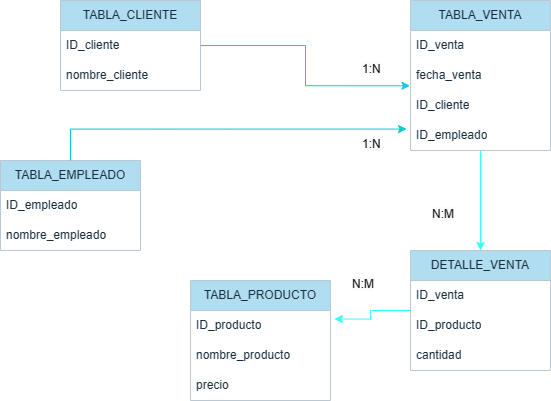
This is hecho/Diagrama sin título.drawio.png from royaleclash/apuntes, a draw.io export, as it was before one commit. Source tidied: cells renumbered, new cells last; positions are measured from the earlier drawing's top-left corner, leaving out a move shared by most shapes.
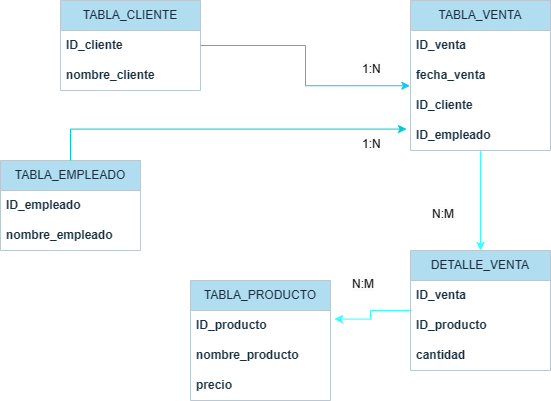
Above is the later version.

Commit message:
Actualizar Diagrama sin título.norma.png

What changed in the source:
```diff
@@ -8,58 +8,58 @@
     <mxCell id="3" value="TABLA_VENTA" style="swimlane;fontStyle=0;horizontal=1;startSize=30;whiteSpace=wrap;html=1;labelBackgroundColor=none;fillColor=#B1DDF0;strokeColor=#BAC8D3;fontColor=#182E3E;" parent="1" vertex="1">
       <mxGeometry x="410" width="140" height="150" as="geometry" />
     </mxCell>
-    <mxCell id="4" value="ID_venta" style="text;strokeColor=none;fillColor=none;align=left;verticalAlign=middle;spacingLeft=4;spacingRight=4;overflow=hidden;whiteSpace=wrap;html=1;labelBackgroundColor=none;fontColor=#182E3E;" parent="3" vertex="1">
+    <mxCell id="4" value="ID_venta" style="text;strokeColor=none;fillColor=none;align=left;verticalAlign=middle;spacingLeft=4;spacingRight=4;overflow=hidden;whiteSpace=wrap;html=1;labelBackgroundColor=none;fontColor=#182E3E;fontStyle=1;" parent="3" vertex="1">
       <mxGeometry y="30" width="140" height="30" as="geometry" />
     </mxCell>
-    <mxCell id="5" value="fecha_venta" style="text;strokeColor=none;fillColor=none;align=left;verticalAlign=middle;spacingLeft=4;spacingRight=4;overflow=hidden;whiteSpace=wrap;html=1;labelBackgroundColor=none;fontColor=#182E3E;" parent="3" vertex="1">
+    <mxCell id="5" value="fecha_venta" style="text;strokeColor=none;fillColor=none;align=left;verticalAlign=middle;spacingLeft=4;spacingRight=4;overflow=hidden;whiteSpace=wrap;html=1;labelBackgroundColor=none;fontColor=#182E3E;fontStyle=1;" parent="3" vertex="1">
       <mxGeometry y="60" width="140" height="30" as="geometry" />
     </mxCell>
-    <mxCell id="6" value="ID_cliente" style="text;strokeColor=none;fillColor=none;align=left;verticalAlign=middle;spacingLeft=4;spacingRight=4;overflow=hidden;points=[[0,0.5],[1,0.5]];portConstraint=eastwest;whiteSpace=wrap;html=1;labelBackgroundColor=none;fontColor=#182E3E;" parent="3" vertex="1">
+    <mxCell id="6" value="ID_cliente" style="text;strokeColor=none;fillColor=none;align=left;verticalAlign=middle;spacingLeft=4;spacingRight=4;overflow=hidden;points=[[0,0.5],[1,0.5]];portConstraint=eastwest;whiteSpace=wrap;html=1;labelBackgroundColor=none;fontColor=#182E3E;fontStyle=1;" parent="3" vertex="1">
       <mxGeometry y="90" width="140" height="30" as="geometry" />
     </mxCell>
-    <mxCell id="7" value="ID_empleado" style="text;strokeColor=none;fillColor=none;align=left;verticalAlign=middle;spacingLeft=4;spacingRight=4;overflow=hidden;points=[[0,0.5],[1,0.5]];portConstraint=eastwest;whiteSpace=wrap;html=1;labelBackgroundColor=none;fontColor=#182E3E;" parent="3" vertex="1">
+    <mxCell id="7" value="ID_empleado" style="text;strokeColor=none;fillColor=none;align=left;verticalAlign=middle;spacingLeft=4;spacingRight=4;overflow=hidden;points=[[0,0.5],[1,0.5]];portConstraint=eastwest;whiteSpace=wrap;html=1;labelBackgroundColor=none;fontColor=#182E3E;fontStyle=1;" parent="3" vertex="1">
       <mxGeometry y="120" width="140" height="30" as="geometry" />
     </mxCell>
     <mxCell id="8" value="DETALLE_VENTA" style="swimlane;fontStyle=0;horizontal=1;startSize=30;whiteSpace=wrap;html=1;labelBackgroundColor=none;fillColor=#B1DDF0;strokeColor=#BAC8D3;fontColor=#182E3E;" parent="1" vertex="1">
       <mxGeometry x="410" y="250" width="140" height="120" as="geometry" />
     </mxCell>
-    <mxCell id="9" value="ID_venta" style="text;strokeColor=none;fillColor=none;align=left;verticalAlign=middle;spacingLeft=4;spacingRight=4;overflow=hidden;whiteSpace=wrap;html=1;labelBackgroundColor=none;fontColor=#182E3E;" parent="8" vertex="1">
+    <mxCell id="9" value="ID_venta" style="text;strokeColor=none;fillColor=none;align=left;verticalAlign=middle;spacingLeft=4;spacingRight=4;overflow=hidden;whiteSpace=wrap;html=1;labelBackgroundColor=none;fontColor=#182E3E;fontStyle=1;" parent="8" vertex="1">
       <mxGeometry y="30" width="140" height="30" as="geometry" />
     </mxCell>
-    <mxCell id="10" value="ID_producto" style="text;strokeColor=none;fillColor=none;align=left;verticalAlign=middle;spacingLeft=4;spacingRight=4;overflow=hidden;whiteSpace=wrap;html=1;labelBackgroundColor=none;fontColor=#182E3E;" parent="8" vertex="1">
+    <mxCell id="10" value="ID_producto" style="text;strokeColor=none;fillColor=none;align=left;verticalAlign=middle;spacingLeft=4;spacingRight=4;overflow=hidden;whiteSpace=wrap;html=1;labelBackgroundColor=none;fontColor=#182E3E;fontStyle=1;" parent="8" vertex="1">
       <mxGeometry y="60" width="140" height="30" as="geometry" />
     </mxCell>
-    <mxCell id="11" value="cantidad" style="text;strokeColor=none;fillColor=none;align=left;verticalAlign=middle;spacingLeft=4;spacingRight=4;overflow=hidden;whiteSpace=wrap;html=1;labelBackgroundColor=none;fontColor=#182E3E;" parent="8" vertex="1">
+    <mxCell id="11" value="cantidad" style="text;strokeColor=none;fillColor=none;align=left;verticalAlign=middle;spacingLeft=4;spacingRight=4;overflow=hidden;whiteSpace=wrap;html=1;labelBackgroundColor=none;fontColor=#182E3E;fontStyle=1;" parent="8" vertex="1">
       <mxGeometry y="90" width="140" height="30" as="geometry" />
     </mxCell>
     <mxCell id="12" value="TABLA_CLIENTE" style="swimlane;fontStyle=0;horizontal=1;startSize=30;whiteSpace=wrap;html=1;labelBackgroundColor=none;fillColor=#B1DDF0;strokeColor=#BAC8D3;fontColor=#182E3E;" parent="1" vertex="1">
       <mxGeometry x="60" width="140" height="90" as="geometry" />
     </mxCell>
-    <mxCell id="13" value="ID_cliente" style="text;strokeColor=none;fillColor=none;align=left;verticalAlign=middle;spacingLeft=4;spacingRight=4;overflow=hidden;whiteSpace=wrap;html=1;labelBackgroundColor=none;fontColor=#182E3E;" parent="12" vertex="1">
+    <mxCell id="13" value="ID_cliente" style="text;strokeColor=none;fillColor=none;align=left;verticalAlign=middle;spacingLeft=4;spacingRight=4;overflow=hidden;whiteSpace=wrap;html=1;labelBackgroundColor=none;fontColor=#182E3E;fontStyle=1;" parent="12" vertex="1">
       <mxGeometry y="30" width="140" height="30" as="geometry" />
     </mxCell>
-    <mxCell id="14" value="nombre_cliente" style="text;strokeColor=none;fillColor=none;align=left;verticalAlign=middle;spacingLeft=4;spacingRight=4;overflow=hidden;whiteSpace=wrap;html=1;labelBackgroundColor=none;fontColor=#182E3E;" parent="12" vertex="1">
+    <mxCell id="14" value="nombre_cliente" style="text;strokeColor=none;fillColor=none;align=left;verticalAlign=middle;spacingLeft=4;spacingRight=4;overflow=hidden;whiteSpace=wrap;html=1;labelBackgroundColor=none;fontColor=#182E3E;fontStyle=1;" parent="12" vertex="1">
       <mxGeometry y="60" width="140" height="30" as="geometry" />
     </mxCell>
     <mxCell id="15" value="TABLA_PRODUCTO" style="swimlane;fontStyle=0;horizontal=1;startSize=30;whiteSpace=wrap;html=1;labelBackgroundColor=none;fillColor=#B1DDF0;strokeColor=#BAC8D3;fontColor=#182E3E;" parent="1" vertex="1">
       <mxGeometry x="190" y="280" width="140" height="120" as="geometry" />
     </mxCell>
-    <mxCell id="16" value="ID_producto" style="text;strokeColor=none;fillColor=none;align=left;verticalAlign=middle;spacingLeft=4;spacingRight=4;overflow=hidden;points=[[0,0.5],[1,0.5]];portConstraint=eastwest;whiteSpace=wrap;html=1;labelBackgroundColor=none;fontColor=#182E3E;" parent="15" vertex="1">
+    <mxCell id="16" value="ID_producto" style="text;strokeColor=none;fillColor=none;align=left;verticalAlign=middle;spacingLeft=4;spacingRight=4;overflow=hidden;points=[[0,0.5],[1,0.5]];portConstraint=eastwest;whiteSpace=wrap;html=1;labelBackgroundColor=none;fontColor=#182E3E;fontStyle=1;" parent="15" vertex="1">
       <mxGeometry y="30" width="140" height="30" as="geometry" />
     </mxCell>
-    <mxCell id="17" value="nombre_producto" style="text;strokeColor=none;fillColor=none;align=left;verticalAlign=middle;spacingLeft=4;spacingRight=4;overflow=hidden;whiteSpace=wrap;html=1;labelBackgroundColor=none;fontColor=#182E3E;" parent="15" vertex="1">
+    <mxCell id="17" value="nombre_producto" style="text;strokeColor=none;fillColor=none;align=left;verticalAlign=middle;spacingLeft=4;spacingRight=4;overflow=hidden;whiteSpace=wrap;html=1;labelBackgroundColor=none;fontColor=#182E3E;fontStyle=1;" parent="15" vertex="1">
       <mxGeometry y="60" width="140" height="30" as="geometry" />
     </mxCell>
-    <mxCell id="18" value="precio" style="text;strokeColor=none;fillColor=none;align=left;verticalAlign=middle;spacingLeft=4;spacingRight=4;overflow=hidden;whiteSpace=wrap;html=1;labelBackgroundColor=none;fontColor=#182E3E;" parent="15" vertex="1">
+    <mxCell id="18" value="precio" style="text;strokeColor=none;fillColor=none;align=left;verticalAlign=middle;spacingLeft=4;spacingRight=4;overflow=hidden;whiteSpace=wrap;html=1;labelBackgroundColor=none;fontColor=#182E3E;fontStyle=1;" parent="15" vertex="1">
       <mxGeometry y="90" width="140" height="30" as="geometry" />
     </mxCell>
     <mxCell id="19" value="TABLA_EMPLEADO" style="swimlane;fontStyle=0;horizontal=1;startSize=30;whiteSpace=wrap;html=1;labelBackgroundColor=none;fillColor=#B1DDF0;strokeColor=#BAC8D3;fontColor=#182E3E;" parent="1" vertex="1">
       <mxGeometry y="160" width="140" height="90" as="geometry" />
     </mxCell>
-    <mxCell id="20" value="ID_empleado" style="text;strokeColor=none;fillColor=none;align=left;verticalAlign=middle;spacingLeft=4;spacingRight=4;overflow=hidden;whiteSpace=wrap;html=1;labelBackgroundColor=none;fontColor=#182E3E;" parent="19" vertex="1">
+    <mxCell id="20" value="ID_empleado" style="text;strokeColor=none;fillColor=none;align=left;verticalAlign=middle;spacingLeft=4;spacingRight=4;overflow=hidden;whiteSpace=wrap;html=1;labelBackgroundColor=none;fontColor=#182E3E;fontStyle=1;" parent="19" vertex="1">
       <mxGeometry y="30" width="140" height="30" as="geometry" />
     </mxCell>
-    <mxCell id="21" value="nombre_empleado" style="text;strokeColor=none;fillColor=none;align=left;verticalAlign=middle;spacingLeft=4;spacingRight=4;overflow=hidden;whiteSpace=wrap;html=1;labelBackgroundColor=none;fontColor=#182E3E;" parent="19" vertex="1">
+    <mxCell id="21" value="nombre_empleado" style="text;strokeColor=none;fillColor=none;align=left;verticalAlign=middle;spacingLeft=4;spacingRight=4;overflow=hidden;whiteSpace=wrap;html=1;labelBackgroundColor=none;fontColor=#182E3E;fontStyle=1;" parent="19" vertex="1">
       <mxGeometry y="60" width="140" height="30" as="geometry" />
     </mxCell>
     <mxCell id="22" style="edgeStyle=orthogonalEdgeStyle;rounded=0;jettySize=auto;html=1;entryX=-0.004;entryY=-0.159;entryDx=0;entryDy=0;entryPerimeter=0;labelBackgroundColor=none;strokeColor=#0EC9EE;fontColor=default;" parent="1" edge="1" source="12" target="6">
```
